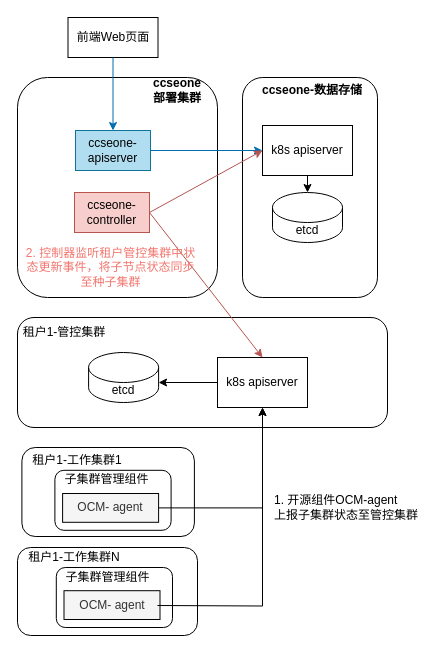
This is page "状态采集" (5 of 8) of drawio/zz.drawio from Tiny-VS-Lina/ccse, a draw.io file, before an edit. Source tidied: cells renumbered, new cells numbered last; positions are measured from the earlier drawing's top-left corner, leaving out a move shared by most shapes. Both pictures are drawn from the tidied source at 100%, with x=0, y=0 at pixel (17, 17).
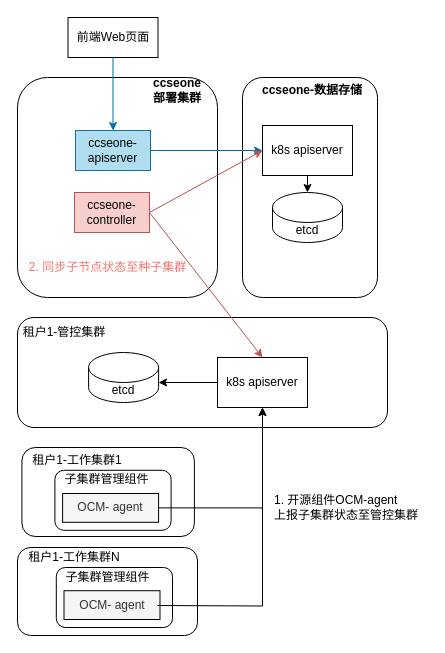
The same diagram, later.

The edit, as a diff of the source:
```diff
@@
-    <mxCell id="34" value="2.&amp;nbsp;控制器监听租户管控集群中状态更新事件，将子节点状态同步至种子集群" style="text;html=1;strokeColor=none;fillColor=none;align=center;verticalAlign=middle;whiteSpace=wrap;rounded=0;strokeWidth=0;fontColor=#f2756e;" parent="1" vertex="1">
-      <mxGeometry x="7.2" y="225" width="172.8" height="50" as="geometry" />
+    <mxCell id="34" value="2.&amp;nbsp;同步子节点状态至种子集群" style="text;html=1;strokeColor=none;fillColor=none;align=center;verticalAlign=middle;whiteSpace=wrap;rounded=0;strokeWidth=0;fontColor=#f2756e;" parent="1" vertex="1">
+      <mxGeometry x="3.6" y="225" width="172.8" height="50" as="geometry" />
     </mxCell>
```
